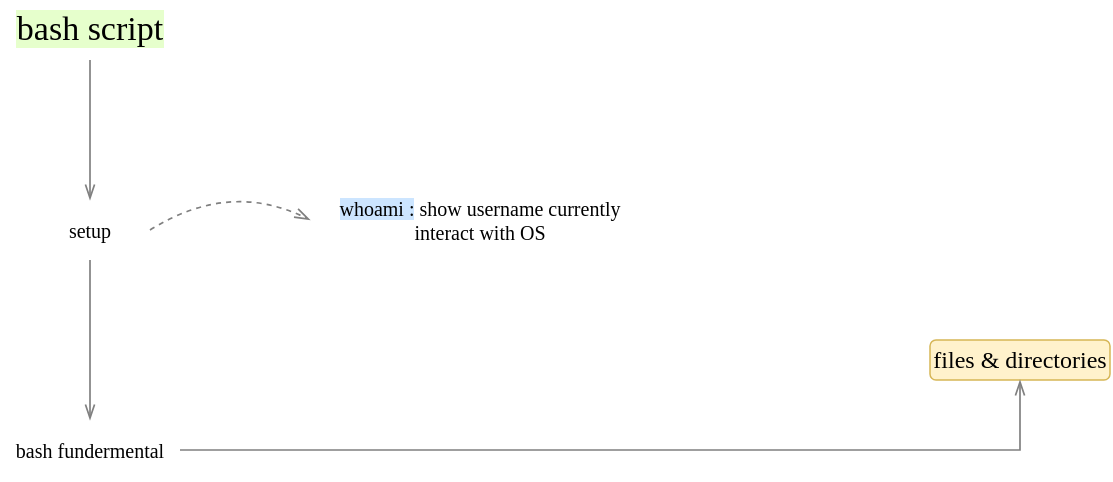
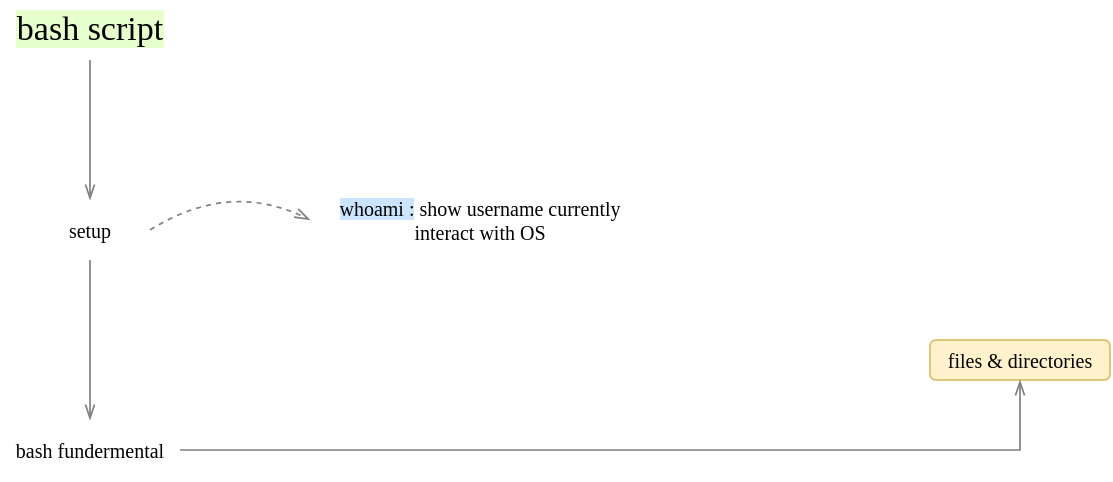
<mxfile host="app.diagrams.net">
  <diagram name="Page-1" id="ASFAg3QW-8pENEQWLq1w">
    <mxGraphModel dx="761" dy="341" grid="1" gridSize="10" guides="1" tooltips="1" connect="1" arrows="1" fold="1" page="1" pageScale="1" pageWidth="827" pageHeight="1169" math="0" shadow="0">
      <root>
        <mxCell id="0" />
        <mxCell id="1" parent="0" />
        <mxCell id="yHV59lyykjLdx_5fFAOr-2" parent="1" style="text;html=1;whiteSpace=wrap;strokeColor=none;fillColor=none;align=center;verticalAlign=middle;rounded=0;fontFamily=Comic Sans MS;fontSize=17;" value="&lt;span style=&quot;background-color: rgb(230, 255, 204);&quot;&gt;bash script&lt;/span&gt;" vertex="1">
          <mxGeometry height="30" width="80" x="320" y="240" as="geometry" />
        </mxCell>
        <mxCell id="yHV59lyykjLdx_5fFAOr-3" parent="1" style="text;html=1;whiteSpace=wrap;strokeColor=none;fillColor=none;align=center;verticalAlign=middle;rounded=0;fontFamily=Comic Sans MS;fontSize=10;" value="setup " vertex="1">
          <mxGeometry height="30" width="60" x="330" y="340" as="geometry" />
        </mxCell>
        <mxCell id="yHV59lyykjLdx_5fFAOr-4" edge="1" parent="1" source="yHV59lyykjLdx_5fFAOr-2" style="endArrow=openThin;html=1;rounded=0;strokeColor=#808080;endFill=0;strokeWidth=0.85;entryX=0.5;entryY=0;entryDx=0;entryDy=0;exitX=0.5;exitY=1;exitDx=0;exitDy=0;" target="yHV59lyykjLdx_5fFAOr-3" value="">
          <mxGeometry height="50" relative="1" width="50" as="geometry">
            <Array as="points" />
            <mxPoint x="420" y="330" as="sourcePoint" />
            <mxPoint x="420" y="389" as="targetPoint" />
          </mxGeometry>
        </mxCell>
        <mxCell id="yHV59lyykjLdx_5fFAOr-7" edge="1" parent="1" source="yHV59lyykjLdx_5fFAOr-3" style="endArrow=openThin;html=1;rounded=0;strokeColor=#808080;endFill=0;strokeWidth=0.85;exitX=0.5;exitY=1;exitDx=0;exitDy=0;" target="yHV59lyykjLdx_5fFAOr-12" value="">
          <mxGeometry height="50" relative="1" width="50" as="geometry">
            <Array as="points" />
            <mxPoint x="420" y="330" as="sourcePoint" />
            <mxPoint x="360" y="440" as="targetPoint" />
          </mxGeometry>
        </mxCell>
        <mxCell id="yHV59lyykjLdx_5fFAOr-8" parent="1" style="rounded=1;whiteSpace=wrap;html=1;strokeColor=none;fontFamily=Comic Sans MS;strokeWidth=0.75;fontSize=10;" value="&lt;span style=&quot;background-color: rgb(204, 229, 255);&quot;&gt;whoami :&lt;/span&gt;&lt;span&gt; show username currently interact with OS&lt;/span&gt;" vertex="1">
          <mxGeometry height="20" width="170" x="470" y="340" as="geometry" />
        </mxCell>
        <mxCell id="yHV59lyykjLdx_5fFAOr-11" edge="1" parent="1" source="yHV59lyykjLdx_5fFAOr-3" style="endArrow=openThin;html=1;rounded=0;strokeColor=#808080;endFill=0;strokeWidth=0.85;entryX=0;entryY=0.5;entryDx=0;entryDy=0;exitX=1;exitY=0.5;exitDx=0;exitDy=0;curved=1;dashed=1;" target="yHV59lyykjLdx_5fFAOr-8" value="">
          <mxGeometry height="50" relative="1" width="50" as="geometry">
            <Array as="points">
              <mxPoint x="430" y="330" />
            </Array>
            <mxPoint x="420" y="330" as="sourcePoint" />
            <mxPoint x="420" y="389" as="targetPoint" />
          </mxGeometry>
        </mxCell>
        <mxCell id="yHV59lyykjLdx_5fFAOr-12" parent="1" style="text;html=1;whiteSpace=wrap;strokeColor=none;fillColor=none;align=center;verticalAlign=middle;rounded=0;fontFamily=Comic Sans MS;fontSize=10;" value="bash fundermental" vertex="1">
          <mxGeometry height="30" width="90" x="315" y="450" as="geometry" />
        </mxCell>
-         <mxCell id="yHV59lyykjLdx_5fFAOr-13" parent="1" style="rounded=1;whiteSpace=wrap;html=1;strokeColor=#d6b656;fontFamily=Comic Sans MS;strokeWidth=0.75;fillColor=#fff2cc;" value="files &amp;amp; directories" vertex="1">
+         <mxCell id="yHV59lyykjLdx_5fFAOr-13" parent="1" style="rounded=1;whiteSpace=wrap;html=1;strokeColor=#d6b656;fontFamily=Comic Sans MS;strokeWidth=0.75;fillColor=#fff2cc;fontSize=10;" value="files &amp;amp; directories" vertex="1">
          <mxGeometry height="20" width="90" x="780" y="410" as="geometry" />
        </mxCell>
        <mxCell id="yHV59lyykjLdx_5fFAOr-15" edge="1" parent="1" source="yHV59lyykjLdx_5fFAOr-12" style="endArrow=openThin;html=1;rounded=0;strokeColor=#808080;endFill=0;strokeWidth=0.85;entryX=0.5;entryY=1;entryDx=0;entryDy=0;exitX=1;exitY=0.5;exitDx=0;exitDy=0;" target="yHV59lyykjLdx_5fFAOr-13" value="">
          <mxGeometry height="50" relative="1" width="50" as="geometry">
            <Array as="points">
              <mxPoint x="825" y="465" />
            </Array>
            <mxPoint x="530" y="390" as="sourcePoint" />
            <mxPoint x="530" y="449" as="targetPoint" />
          </mxGeometry>
        </mxCell>
      </root>
    </mxGraphModel>
  </diagram>
</mxfile>
